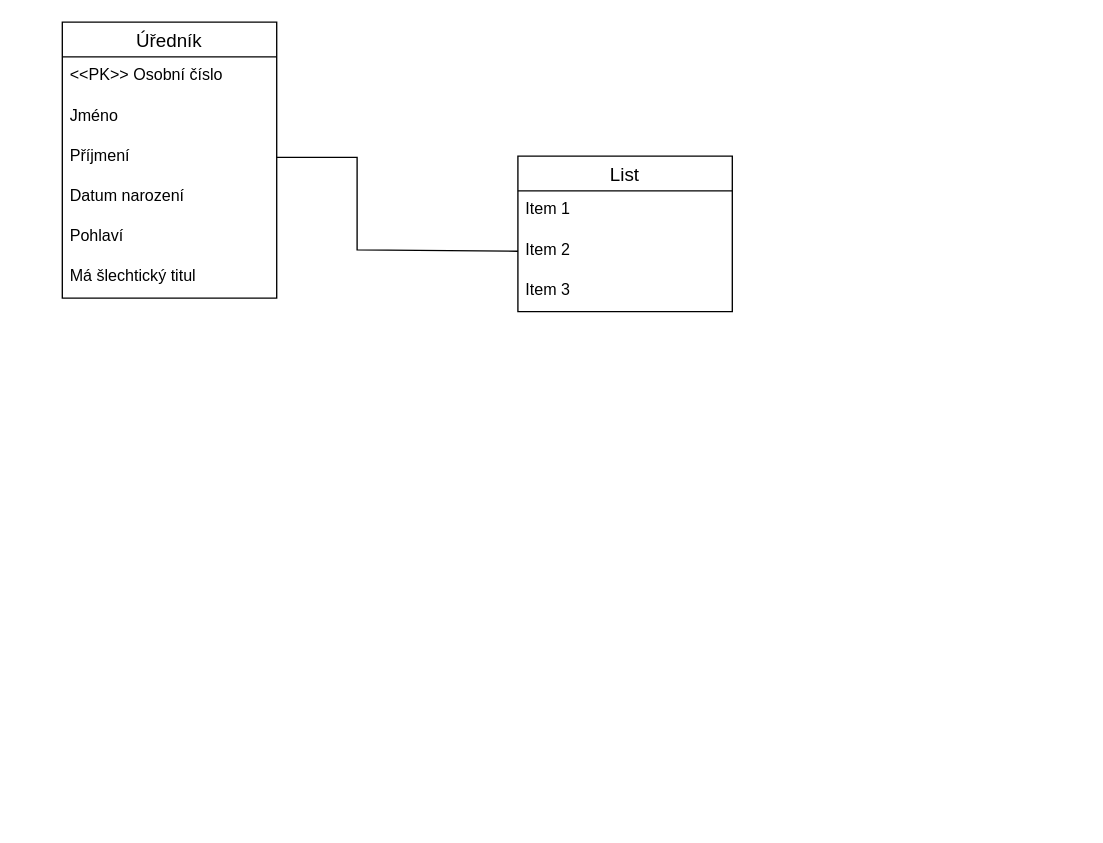
JosefKuchar/ius-hw keeps this draw.io diagram as ius-hw.drawio. Above is the earlier version. Source tidied: cells renumbered, new cells numbered last; positions are measured from the earlier drawing's top-left corner, leaving out a move shared by most shapes. Both pictures are drawn from the tidied source at 134%, with x=0, y=0 at pixel (62, 21).
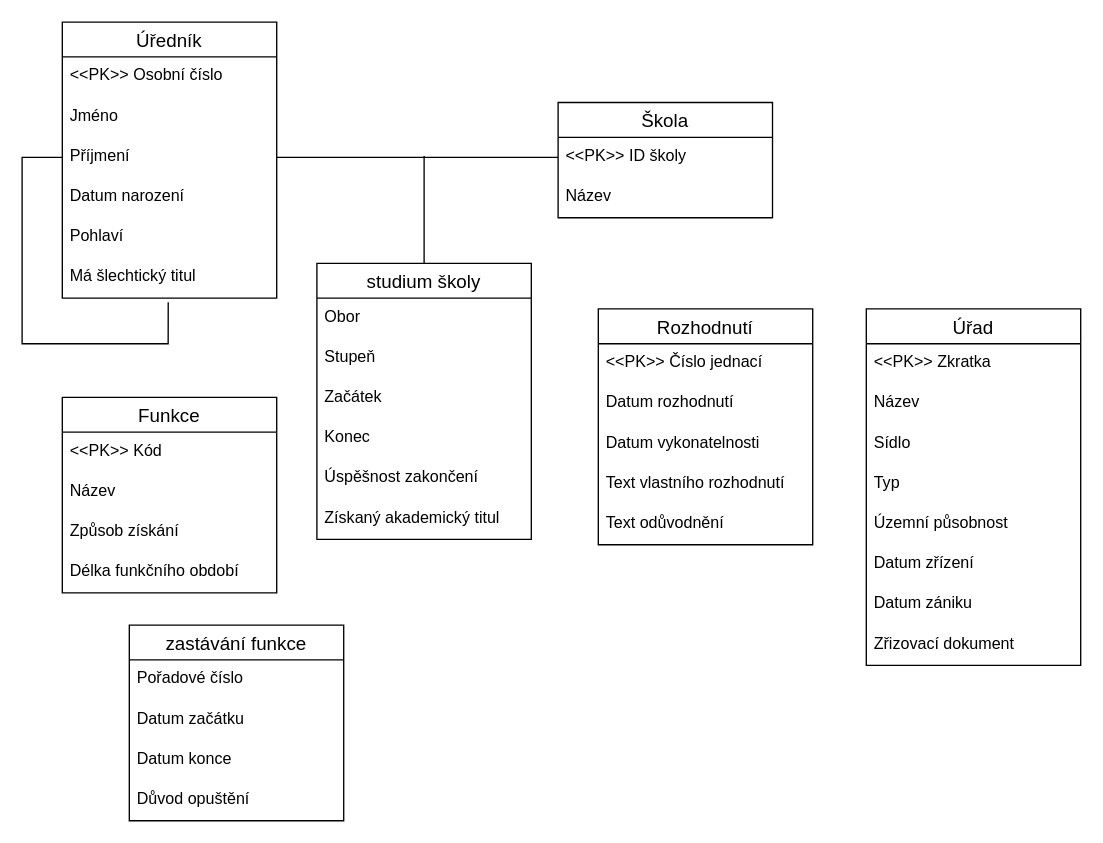
The same page after the edit.

Commit message:
Define more entities

Unchanged cells that the change refers to:
```xml
<mxCell id="2" value="Úředník" style="swimlane;fontStyle=0;horizontal=1;startSize=26;align=center;fontSize=14;" parent="1" vertex="1">
  <mxGeometry width="160" height="206" as="geometry" />
</mxCell>
<mxCell id="5" value="Příjmení" style="text;strokeColor=none;fillColor=none;spacingLeft=4;spacingRight=4;overflow=hidden;points=[[0,0.5],[1,0.5]];portConstraint=eastwest;fontSize=12;" parent="2" vertex="1">
  <mxGeometry y="86" width="160" height="30" as="geometry" />
</mxCell>
<mxCell id="8" value="Má šlechtický titul" style="text;strokeColor=none;fillColor=none;spacingLeft=4;spacingRight=4;overflow=hidden;points=[[0,0.5],[1,0.5]];portConstraint=eastwest;fontSize=12;" parent="2" vertex="1">
  <mxGeometry y="176" width="160" height="30" as="geometry" />
</mxCell>
```

What changed in the source:
```diff
@@
-    <mxCell id="9" value="List" style="swimlane;fontStyle=0;horizontal=1;startSize=26;align=center;fontSize=14;" parent="1" vertex="1">
-      <mxGeometry x="340" y="100" width="160" height="116" as="geometry" />
-    </mxCell>
-    <mxCell id="10" value="Item 1" style="text;strokeColor=none;fillColor=none;spacingLeft=4;spacingRight=4;overflow=hidden;fontSize=12;" parent="9" vertex="1">
-      <mxGeometry y="26" width="160" height="30" as="geometry" />
-    </mxCell>
-    <mxCell id="11" value="Item 2" style="text;strokeColor=none;fillColor=none;spacingLeft=4;spacingRight=4;overflow=hidden;points=[[0,0.5],[1,0.5]];portConstraint=eastwest;fontSize=12;" parent="9" vertex="1">
-      <mxGeometry y="56" width="160" height="30" as="geometry" />
-    </mxCell>
-    <mxCell id="12" value="Item 3" style="text;strokeColor=none;fillColor=none;spacingLeft=4;spacingRight=4;overflow=hidden;fontSize=12;" parent="9" vertex="1">
-      <mxGeometry y="86" width="160" height="30" as="geometry" />
-    </mxCell>
-    <mxCell id="13" style="endArrow=none;html=1;rounded=0;exitX=1;exitY=0.5;exitDx=0;exitDy=0;entryX=0;entryY=0.5;entryDx=0;entryDy=0;" parent="1" edge="1" source="5" target="11">
-      <mxGeometry relative="1" as="geometry">
-        <Array as="points">
-          <mxPoint x="220" y="101" />
-          <mxPoint x="220" y="170" />
-        </Array>
-      </mxGeometry>
-    </mxCell>
+    <mxCell id="14" style="endArrow=none;html=1;rounded=0;fontFamily=Helvetica;entryX=0;entryY=0.5;entryDx=0;entryDy=0;exitX=0.494;exitY=1.1;exitDx=0;exitDy=0;exitPerimeter=0;" parent="2" edge="1" source="8" target="5">
+      <mxGeometry relative="1" as="geometry">
+        <Array as="points">
+          <mxPoint x="79" y="240" />
+          <mxPoint x="-30" y="240" />
+          <mxPoint x="-30" y="101" />
+        </Array>
+      </mxGeometry>
+    </mxCell>
+    <mxCell id="15" value="Rozhodnutí" style="swimlane;fontStyle=0;horizontal=1;startSize=26;align=center;fontSize=14;" parent="1" vertex="1">
+      <mxGeometry x="400" y="214" width="160" height="176" as="geometry" />
+    </mxCell>
+    <mxCell id="16" value="&lt;&lt;PK&gt;&gt; Číslo jednací" style="text;strokeColor=none;fillColor=none;spacingLeft=4;spacingRight=4;overflow=hidden;fontSize=12;" parent="15" vertex="1">
+      <mxGeometry y="26" width="160" height="30" as="geometry" />
+    </mxCell>
+    <mxCell id="17" value="Datum rozhodnutí" style="text;strokeColor=none;fillColor=none;spacingLeft=4;spacingRight=4;overflow=hidden;fontSize=12;" parent="15" vertex="1">
+      <mxGeometry y="56" width="160" height="30" as="geometry" />
+    </mxCell>
+    <mxCell id="18" value="Datum vykonatelnosti" style="text;strokeColor=none;fillColor=none;spacingLeft=4;spacingRight=4;overflow=hidden;fontSize=12;" parent="15" vertex="1">
+      <mxGeometry y="86" width="160" height="30" as="geometry" />
+    </mxCell>
+    <mxCell id="19" value="Text vlastního rozhodnutí" style="text;strokeColor=none;fillColor=none;spacingLeft=4;spacingRight=4;overflow=hidden;fontSize=12;" parent="15" vertex="1">
+      <mxGeometry y="116" width="160" height="30" as="geometry" />
+    </mxCell>
+    <mxCell id="20" value="Text odůvodnění" style="text;strokeColor=none;fillColor=none;spacingLeft=4;spacingRight=4;overflow=hidden;fontSize=12;" parent="15" vertex="1">
+      <mxGeometry y="146" width="160" height="30" as="geometry" />
+    </mxCell>
+    <mxCell id="21" value="Úřad" style="swimlane;fontStyle=0;horizontal=1;startSize=26;align=center;fontSize=14;" parent="1" vertex="1">
+      <mxGeometry x="600" y="214" width="160" height="266" as="geometry" />
+    </mxCell>
+    <mxCell id="22" value="&lt;&lt;PK&gt;&gt; Zkratka" style="text;strokeColor=none;fillColor=none;spacingLeft=4;spacingRight=4;overflow=hidden;fontSize=12;" parent="21" vertex="1">
+      <mxGeometry y="26" width="160" height="30" as="geometry" />
+    </mxCell>
+    <mxCell id="23" value="Název" style="text;strokeColor=none;fillColor=none;spacingLeft=4;spacingRight=4;overflow=hidden;fontSize=12;" parent="21" vertex="1">
+      <mxGeometry y="56" width="160" height="30" as="geometry" />
+    </mxCell>
+    <mxCell id="24" value="Sídlo" style="text;strokeColor=none;fillColor=none;spacingLeft=4;spacingRight=4;overflow=hidden;fontSize=12;" parent="21" vertex="1">
+      <mxGeometry y="86" width="160" height="30" as="geometry" />
+    </mxCell>
+    <mxCell id="25" value="Typ" style="text;strokeColor=none;fillColor=none;spacingLeft=4;spacingRight=4;overflow=hidden;fontSize=12;" parent="21" vertex="1">
+      <mxGeometry y="116" width="160" height="30" as="geometry" />
+    </mxCell>
+    <mxCell id="26" value="Územní působnost" style="text;strokeColor=none;fillColor=none;spacingLeft=4;spacingRight=4;overflow=hidden;fontSize=12;" parent="21" vertex="1">
+      <mxGeometry y="146" width="160" height="30" as="geometry" />
+    </mxCell>
+    <mxCell id="27" value="Datum zřízení" style="text;strokeColor=none;fillColor=none;spacingLeft=4;spacingRight=4;overflow=hidden;fontSize=12;" parent="21" vertex="1">
+      <mxGeometry y="176" width="160" height="30" as="geometry" />
+    </mxCell>
+    <mxCell id="28" value="Datum zániku" style="text;strokeColor=none;fillColor=none;spacingLeft=4;spacingRight=4;overflow=hidden;fontSize=12;" parent="21" vertex="1">
+      <mxGeometry y="206" width="160" height="30" as="geometry" />
+    </mxCell>
+    <mxCell id="29" value="Zřizovací dokument" style="text;strokeColor=none;fillColor=none;spacingLeft=4;spacingRight=4;overflow=hidden;fontSize=12;" parent="21" vertex="1">
+      <mxGeometry y="236" width="160" height="30" as="geometry" />
+    </mxCell>
+    <mxCell id="30" value="Škola" style="swimlane;fontStyle=0;horizontal=1;startSize=26;align=center;fontSize=14;" parent="1" vertex="1">
+      <mxGeometry x="370" y="60" width="160" height="86" as="geometry" />
+    </mxCell>
+    <mxCell id="31" value="&lt;&lt;PK&gt;&gt; ID školy" style="text;strokeColor=none;fillColor=none;spacingLeft=4;spacingRight=4;overflow=hidden;points=[[0,0.5],[1,0.5]];portConstraint=eastwest;fontSize=12;" parent="30" vertex="1">
+      <mxGeometry y="26" width="160" height="30" as="geometry" />
+    </mxCell>
+    <mxCell id="32" value="Název" style="text;strokeColor=none;fillColor=none;spacingLeft=4;spacingRight=4;overflow=hidden;fontSize=12;" parent="30" vertex="1">
+      <mxGeometry y="56" width="160" height="30" as="geometry" />
+    </mxCell>
+    <mxCell id="33" value="studium školy" style="swimlane;fontStyle=0;horizontal=1;startSize=26;align=center;fontSize=14;swimlaneLine=1;" parent="1" vertex="1">
+      <mxGeometry x="190" y="180" width="160" height="206" as="geometry" />
+    </mxCell>
+    <mxCell id="34" value="Obor" style="text;strokeColor=none;fillColor=none;spacingLeft=4;spacingRight=4;overflow=hidden;fontSize=12;" parent="33" vertex="1">
+      <mxGeometry y="26" width="160" height="30" as="geometry" />
+    </mxCell>
+    <mxCell id="35" value="Stupeň" style="text;strokeColor=none;fillColor=none;spacingLeft=4;spacingRight=4;overflow=hidden;fontSize=12;" parent="33" vertex="1">
+      <mxGeometry y="56" width="160" height="30" as="geometry" />
+    </mxCell>
+    <mxCell id="36" value="Začátek" style="text;strokeColor=none;fillColor=none;spacingLeft=4;spacingRight=4;overflow=hidden;fontSize=12;" parent="33" vertex="1">
+      <mxGeometry y="86" width="160" height="30" as="geometry" />
+    </mxCell>
+    <mxCell id="37" value="Konec" style="text;strokeColor=none;fillColor=none;spacingLeft=4;spacingRight=4;overflow=hidden;fontSize=12;" parent="33" vertex="1">
+      <mxGeometry y="116" width="160" height="30" as="geometry" />
+    </mxCell>
+    <mxCell id="38" value="Úspěšnost zakončení" style="text;strokeColor=none;fillColor=none;spacingLeft=4;spacingRight=4;overflow=hidden;fontSize=12;" parent="33" vertex="1">
+      <mxGeometry y="146" width="160" height="30" as="geometry" />
+    </mxCell>
+    <mxCell id="39" value="Získaný akademický titul" style="text;strokeColor=none;fillColor=none;spacingLeft=4;spacingRight=4;overflow=hidden;fontSize=12;" parent="33" vertex="1">
+      <mxGeometry y="176" width="160" height="30" as="geometry" />
+    </mxCell>
+    <mxCell id="40" style="endArrow=none;html=1;rounded=0;fontFamily=Helvetica;entryX=0.5;entryY=0;entryDx=0;entryDy=0;" parent="1" edge="1" target="33">
+      <mxGeometry relative="1" as="geometry">
+        <mxPoint x="270" y="100" as="sourcePoint" />
+      </mxGeometry>
+    </mxCell>
+    <mxCell id="41" style="endArrow=none;html=1;rounded=0;fontFamily=Helvetica;exitX=1;exitY=0.5;exitDx=0;exitDy=0;entryX=0;entryY=0.5;entryDx=0;entryDy=0;" parent="1" edge="1" source="5" target="31">
+      <mxGeometry relative="1" as="geometry" />
+    </mxCell>
+    <mxCell id="42" value="Funkce" style="swimlane;fontStyle=0;horizontal=1;startSize=26;align=center;fontSize=14;" parent="1" vertex="1">
+      <mxGeometry y="280" width="160" height="146" as="geometry" />
+    </mxCell>
+    <mxCell id="43" value="&lt;&lt;PK&gt;&gt; Kód&#10;" style="text;strokeColor=none;fillColor=none;spacingLeft=4;spacingRight=4;overflow=hidden;fontSize=12;" parent="42" vertex="1">
+      <mxGeometry y="26" width="160" height="30" as="geometry" />
+    </mxCell>
+    <mxCell id="44" value="Název" style="text;strokeColor=none;fillColor=none;spacingLeft=4;spacingRight=4;overflow=hidden;fontSize=12;" parent="42" vertex="1">
+      <mxGeometry y="56" width="160" height="30" as="geometry" />
+    </mxCell>
+    <mxCell id="45" value="Způsob získání" style="text;strokeColor=none;fillColor=none;spacingLeft=4;spacingRight=4;overflow=hidden;fontSize=12;" parent="42" vertex="1">
+      <mxGeometry y="86" width="160" height="30" as="geometry" />
+    </mxCell>
+    <mxCell id="46" value="Délka funkčního období" style="text;strokeColor=none;fillColor=none;spacingLeft=4;spacingRight=4;overflow=hidden;fontSize=12;" parent="42" vertex="1">
+      <mxGeometry y="116" width="160" height="30" as="geometry" />
+    </mxCell>
+    <mxCell id="47" value="zastávání funkce" style="swimlane;fontStyle=0;horizontal=1;startSize=26;align=center;fontSize=14;" parent="1" vertex="1">
+      <mxGeometry x="50" y="450" width="160" height="146" as="geometry" />
+    </mxCell>
+    <mxCell id="48" value="Pořadové číslo" style="text;strokeColor=none;fillColor=none;spacingLeft=4;spacingRight=4;overflow=hidden;fontSize=12;" parent="47" vertex="1">
+      <mxGeometry y="26" width="160" height="30" as="geometry" />
+    </mxCell>
+    <mxCell id="49" value="Datum začátku&#10;" style="text;strokeColor=none;fillColor=none;spacingLeft=4;spacingRight=4;overflow=hidden;fontSize=12;" parent="47" vertex="1">
+      <mxGeometry y="56" width="160" height="30" as="geometry" />
+    </mxCell>
+    <mxCell id="50" value="Datum konce" style="text;strokeColor=none;fillColor=none;spacingLeft=4;spacingRight=4;overflow=hidden;fontSize=12;" parent="47" vertex="1">
+      <mxGeometry y="86" width="160" height="30" as="geometry" />
+    </mxCell>
+    <mxCell id="51" value="Důvod opuštění" style="text;strokeColor=none;fillColor=none;spacingLeft=4;spacingRight=4;overflow=hidden;fontSize=12;" parent="47" vertex="1">
+      <mxGeometry y="116" width="160" height="30" as="geometry" />
+    </mxCell>
```
